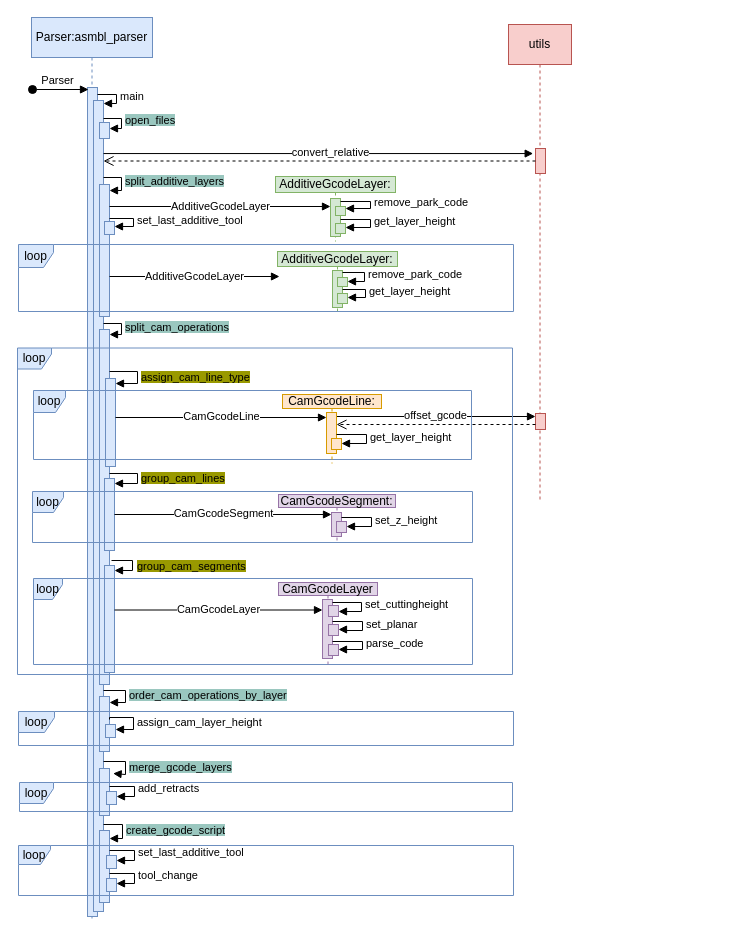
cjlux/ASMBL keeps this draw.io diagram as docs/UML/SquenceDiagram-1.drawio. Above is the earlier version. Source tidied: cells renumbered, new cells numbered last; positions are measured from the earlier drawing's top-left corner, leaving out a move shared by most shapes. Both pictures are drawn from the tidied source at 100%, with x=0, y=0 at pixel (17, 17).
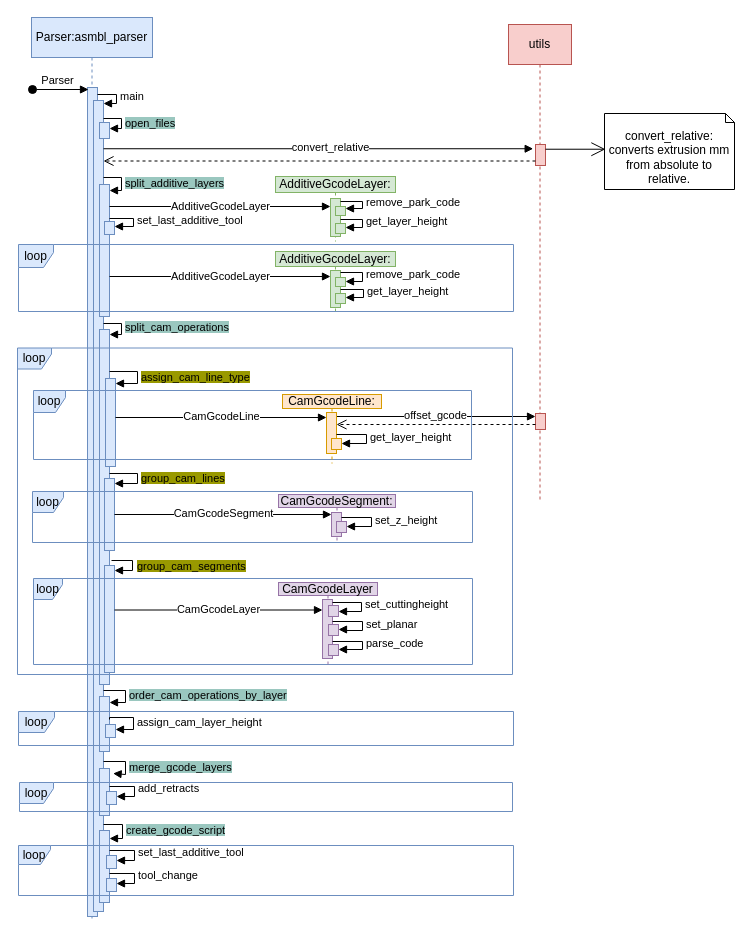
After the change.

Commit message:
Mettre à jour SquenceDiagram-1.drawio

Unchanged cells that the change refers to:
```xml
<mxCell id="2" value="&lt;div&gt;Parser:asmbl_parser&lt;/div&gt;" style="shape=umlLifeline;perimeter=lifelinePerimeter;whiteSpace=wrap;html=1;newEdgeStyle={&quot;edgeStyle&quot;:&quot;elbowEdgeStyle&quot;,&quot;elbow&quot;:&quot;vertical&quot;,&quot;curved&quot;:0,&quot;rounded&quot;:0};fillColor=#dae8fc;strokeColor=#6c8ebf;" parent="1" vertex="1">
  <mxGeometry x="14" width="121" height="904" as="geometry" />
</mxCell>
<mxCell id="5" style="html=1;points=[[0,0,0,0,5],[0,1,0,0,-5],[1,0,0,0,5],[1,1,0,0,-5]];perimeter=orthogonalPerimeter;outlineConnect=0;targetShapes=umlLifeline;portConstraint=eastwest;newEdgeStyle={&quot;curved&quot;:0,&quot;rounded&quot;:0};fillColor=#dae8fc;strokeColor=#6c8ebf;" parent="2" vertex="1">
  <mxGeometry x="62" y="83" width="10" height="811" as="geometry" />
</mxCell>
<mxCell id="7" style="html=1;points=[[0,0,0,0,5],[0,1,0,0,-5],[1,0,0,0,5],[1,1,0,0,-5]];perimeter=orthogonalPerimeter;outlineConnect=0;targetShapes=umlLifeline;portConstraint=eastwest;newEdgeStyle={&quot;curved&quot;:0,&quot;rounded&quot;:0};fillColor=#dae8fc;strokeColor=#6c8ebf;" parent="2" vertex="1">
  <mxGeometry x="68" y="105" width="10" height="16" as="geometry" />
</mxCell>
<mxCell id="9" style="html=1;points=[[0,0,0,0,5],[0,1,0,0,-5],[1,0,0,0,5],[1,1,0,0,-5]];perimeter=orthogonalPerimeter;outlineConnect=0;targetShapes=umlLifeline;portConstraint=eastwest;newEdgeStyle={&quot;curved&quot;:0,&quot;rounded&quot;:0};fillColor=#dae8fc;strokeColor=#6c8ebf;" parent="2" vertex="1">
  <mxGeometry x="68" y="167" width="10" height="132" as="geometry" />
</mxCell>
<mxCell id="29" value="AdditiveGcodeLayer:" style="shape=umlLifeline;perimeter=lifelinePerimeter;whiteSpace=wrap;html=1;newEdgeStyle={&quot;edgeStyle&quot;:&quot;elbowEdgeStyle&quot;,&quot;elbow&quot;:&quot;vertical&quot;,&quot;curved&quot;:0,&quot;rounded&quot;:0};size=16;fillColor=#d5e8d4;strokeColor=#82b366;" parent="1" vertex="1">
  <mxGeometry x="258" y="159" width="120" height="65" as="geometry" />
</mxCell>
<mxCell id="31" style="html=1;points=[[0,0,0,0,5],[0,1,0,0,-5],[1,0,0,0,5],[1,1,0,0,-5]];perimeter=orthogonalPerimeter;outlineConnect=0;targetShapes=umlLifeline;portConstraint=eastwest;newEdgeStyle={&quot;curved&quot;:0,&quot;rounded&quot;:0};fillColor=#d5e8d4;strokeColor=#82b366;" parent="29" vertex="1">
  <mxGeometry x="60" y="30" width="10" height="9" as="geometry" />
</mxCell>
<mxCell id="33" style="html=1;points=[[0,0,0,0,5],[0,1,0,0,-5],[1,0,0,0,5],[1,1,0,0,-5]];perimeter=orthogonalPerimeter;outlineConnect=0;targetShapes=umlLifeline;portConstraint=eastwest;newEdgeStyle={&quot;curved&quot;:0,&quot;rounded&quot;:0};fillColor=#d5e8d4;strokeColor=#82b366;" parent="29" vertex="1">
  <mxGeometry x="60" y="47" width="10" height="10" as="geometry" />
</mxCell>
<mxCell id="35" value="utils" style="shape=umlLifeline;perimeter=lifelinePerimeter;whiteSpace=wrap;html=1;newEdgeStyle={&quot;edgeStyle&quot;:&quot;elbowEdgeStyle&quot;,&quot;elbow&quot;:&quot;vertical&quot;,&quot;curved&quot;:0,&quot;rounded&quot;:0};fillColor=#f8cecc;strokeColor=#b85450;" parent="1" vertex="1">
  <mxGeometry x="491" y="7" width="63" height="477" as="geometry" />
</mxCell>
<mxCell id="53" style="html=1;points=[];perimeter=orthogonalPerimeter;outlineConnect=0;targetShapes=umlLifeline;portConstraint=eastwest;newEdgeStyle={&quot;edgeStyle&quot;:&quot;elbowEdgeStyle&quot;,&quot;elbow&quot;:&quot;vertical&quot;,&quot;curved&quot;:0,&quot;rounded&quot;:0};fillColor=#d5e8d4;strokeColor=#82b366;" parent="52" vertex="1">
  <mxGeometry x="55" y="19" width="10" height="37" as="geometry" />
</mxCell>
```

The edit, as a diff of the source:
```diff
@@
     <mxCell id="8" value="&lt;font style=&quot;background-color: rgb(154, 199, 191);&quot;&gt;open_files&lt;/font&gt;" style="html=1;align=left;spacingLeft=2;endArrow=block;rounded=0;edgeStyle=orthogonalEdgeStyle;curved=0;rounded=0;" parent="2" edge="1" source="5" target="7">
-      <mxGeometry relative="1" as="geometry">
+      <mxGeometry x="0.15" relative="1" as="geometry">
         <Array as="points">
           <mxPoint x="90" y="101" />
           <mxPoint x="90" y="111" />
         </Array>
       </mxGeometry>
     </mxCell>
@@
     <mxCell id="10" value="&lt;span style=&quot;background-color: rgb(154, 199, 191);&quot;&gt;split_additive_layers&lt;/span&gt;" style="html=1;align=left;spacingLeft=2;endArrow=block;rounded=0;edgeStyle=orthogonalEdgeStyle;curved=0;rounded=0;" parent="2" edge="1" target="9">
-      <mxGeometry relative="1" as="geometry">
+      <mxGeometry x="0.12" relative="1" as="geometry">
         <mxPoint x="72" y="160" as="sourcePoint" />
         <Array as="points">
           <mxPoint x="90" y="160" />
           <mxPoint x="90" y="173" />
         </Array>
       </mxGeometry>
     </mxCell>
@@
     <mxCell id="32" value="remove_park_code" style="html=1;align=left;spacingLeft=2;endArrow=block;rounded=0;edgeStyle=orthogonalEdgeStyle;curved=0;rounded=0;" parent="29" edge="1" target="31">
       <mxGeometry relative="1" as="geometry">
         <mxPoint x="65" y="25" as="sourcePoint" />
         <Array as="points">
-          <mxPoint x="95" y="25" />
-          <mxPoint x="95" y="32" />
+          <mxPoint x="87" y="25" />
+          <mxPoint x="87" y="32" />
         </Array>
       </mxGeometry>
     </mxCell>
@@
     <mxCell id="34" value="get_layer_height" style="html=1;align=left;spacingLeft=2;endArrow=block;rounded=0;edgeStyle=orthogonalEdgeStyle;curved=0;rounded=0;" parent="29" edge="1" target="33">
       <mxGeometry relative="1" as="geometry">
         <mxPoint x="65" y="43" as="sourcePoint" />
         <Array as="points">
-          <mxPoint x="95" y="43" />
-          <mxPoint x="95" y="51" />
+          <mxPoint x="87" y="43" />
+          <mxPoint x="87" y="51" />
         </Array>
       </mxGeometry>
     </mxCell>
@@
     <mxCell id="36" style="html=1;points=[];perimeter=orthogonalPerimeter;outlineConnect=0;targetShapes=umlLifeline;portConstraint=eastwest;newEdgeStyle={&quot;edgeStyle&quot;:&quot;elbowEdgeStyle&quot;,&quot;elbow&quot;:&quot;vertical&quot;,&quot;curved&quot;:0,&quot;rounded&quot;:0};fillColor=#f8cecc;strokeColor=#b85450;" parent="35" vertex="1">
-      <mxGeometry x="27" y="124" width="10" height="25" as="geometry" />
+      <mxGeometry x="27" y="120" width="10" height="21" as="geometry" />
     </mxCell>
@@
-    <mxCell id="40" style="html=1;verticalAlign=bottom;endArrow=open;dashed=1;endSize=8;curved=0;rounded=0;" parent="1" edge="1" source="36" target="5">
-      <mxGeometry relative="1" as="geometry" />
+    <mxCell id="40" style="html=1;verticalAlign=bottom;endArrow=open;dashed=1;endSize=8;curved=0;rounded=0;" parent="1" edge="1">
+      <mxGeometry relative="1" as="geometry">
+        <mxPoint x="518" y="143.5" as="sourcePoint" />
+        <mxPoint x="86" y="143.5" as="targetPoint" />
+      </mxGeometry>
     </mxCell>
@@
     <mxCell id="52" value="AdditiveGcodeLayer:" style="shape=umlLifeline;perimeter=lifelinePerimeter;whiteSpace=wrap;html=1;newEdgeStyle={&quot;edgeStyle&quot;:&quot;elbowEdgeStyle&quot;,&quot;elbow&quot;:&quot;vertical&quot;,&quot;curved&quot;:0,&quot;rounded&quot;:0};size=15;fillColor=#d5e8d4;strokeColor=#82b366;" parent="1" vertex="1">
-      <mxGeometry x="260" y="234" width="120" height="61" as="geometry" />
+      <mxGeometry x="258" y="234" width="120" height="61" as="geometry" />
     </mxCell>
@@
-    <mxCell id="58" value="AdditiveGcodeLayer" style="html=1;verticalAlign=bottom;endArrow=block;curved=0;rounded=0;" parent="1" edge="1">
+    <mxCell id="58" value="AdditiveGcodeLayer" style="html=1;verticalAlign=bottom;endArrow=block;curved=0;rounded=0;" parent="1" edge="1" target="53">
       <mxGeometry y="-9" relative="1" as="geometry">
         <mxPoint x="92" y="259" as="sourcePoint" />
-        <mxPoint x="262" y="259" as="targetPoint" />
       </mxGeometry>
     </mxCell>
@@
+    <mxCell id="84" value="convert_relative:&lt;br&gt;converts extrusion mm from absolute to relative." style="shape=note2;boundedLbl=1;whiteSpace=wrap;html=1;size=9;verticalAlign=top;align=center;" parent="1" vertex="1">
+      <mxGeometry x="587" y="96" width="130" height="76" as="geometry" />
+    </mxCell>
+    <mxCell id="85" style="endArrow=open;endFill=1;endSize=12;html=1;rounded=0;entryX=0.007;entryY=0.47;entryDx=0;entryDy=0;entryPerimeter=0;" parent="1" edge="1" source="36" target="84">
+      <mxGeometry relative="1" as="geometry" />
+    </mxCell>
```
